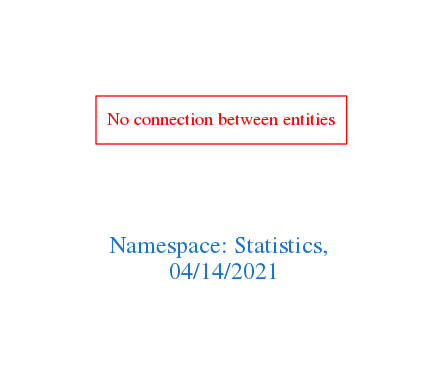
This is downloads/Statistics.png from arago/OGIT, a Graphviz export, as it was before one commit. Its source is kept beside it as downloads/Statistics.dot. Source of this version:
```dot
digraph OGIT_ontology {
 graph [ rankdir= LR,pad=1
fontsize = 18,
fontcolor= dodgerblue3,label = "\n\n\nNamespace: Statistics, \n 04/14/2021"];
node[shape=polygon];
edge [  color="gray81"];

"No connection between entities" [fontcolor = "red",color="red", shape="polygon"]
}
```
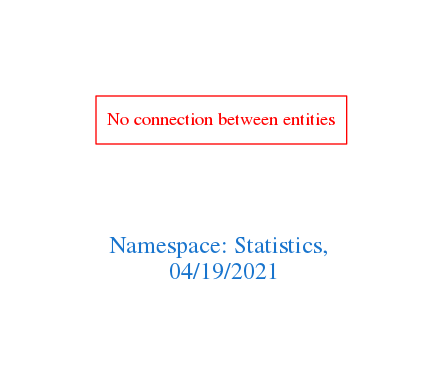
Later version of the same file.

Diff of the diagram source:
```diff
@@ -1,7 +1,7 @@
 digraph OGIT_ontology {
  graph [ rankdir= LR,pad=1
 fontsize = 18,
-fontcolor= dodgerblue3,label = "\n\n\nNamespace: Statistics, \n 04/14/2021"];
+fontcolor= dodgerblue3,label = "\n\n\nNamespace: Statistics, \n 04/19/2021"];
 node[shape=polygon];
 edge [  color="gray81"];
 
```
